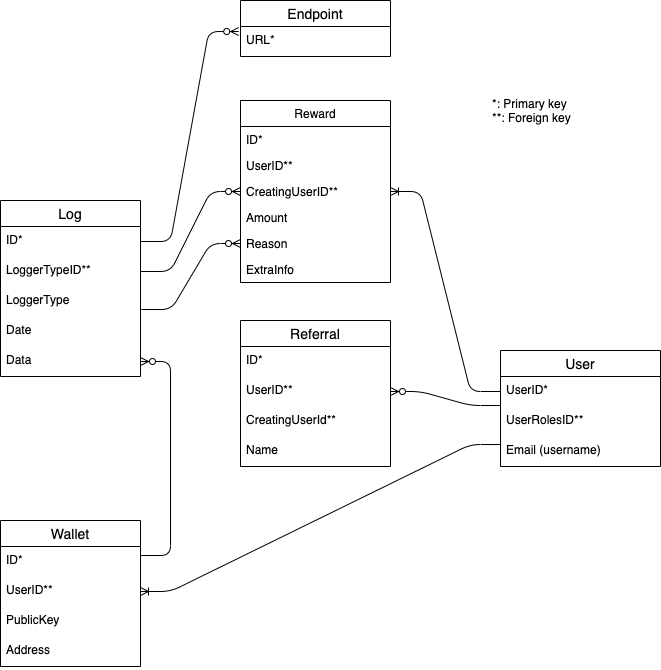
The draw.io diagram docs/images/dbase.png in minima-global/incentivecash, before a commit. Source tidied: cells renumbered, new cells last; positions are measured from the earlier drawing's top-left corner, leaving out a move shared by most shapes.
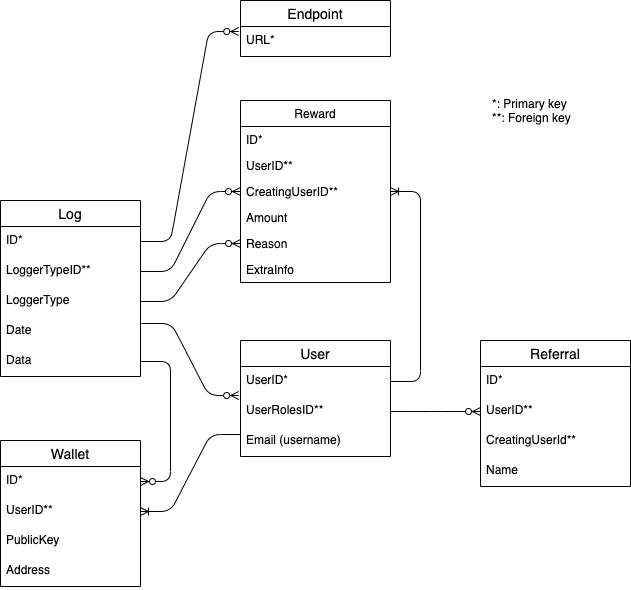
After the change.

Commit message:
Dbase design

Diff of the diagram source:
```diff
@@ -3,16 +3,16 @@
     <mxCell id="0" />
     <mxCell id="1" parent="0" />
     <mxCell id="2" value="User" style="swimlane;fontStyle=0;horizontal=1;startSize=26;align=center;fontSize=14;" parent="1" vertex="1">
-      <mxGeometry x="500" y="350" width="160" height="116" as="geometry" />
+      <mxGeometry x="240" y="340" width="150" height="116" as="geometry" />
     </mxCell>
     <mxCell id="3" value="UserID*" style="text;strokeColor=none;fillColor=none;spacingLeft=4;spacingRight=4;overflow=hidden;points=[[0,0.5],[1,0.5]];portConstraint=eastwest;fontSize=12;" parent="2" vertex="1">
-      <mxGeometry y="26" width="160" height="30" as="geometry" />
+      <mxGeometry y="26" width="150" height="30" as="geometry" />
     </mxCell>
     <mxCell id="4" value="UserRolesID**" style="text;strokeColor=none;fillColor=none;spacingLeft=4;spacingRight=4;overflow=hidden;points=[[0,0.5],[1,0.5]];portConstraint=eastwest;fontSize=12;" parent="2" vertex="1">
-      <mxGeometry y="56" width="160" height="30" as="geometry" />
+      <mxGeometry y="56" width="150" height="30" as="geometry" />
     </mxCell>
     <mxCell id="5" value="Email (username)" style="text;strokeColor=none;fillColor=none;spacingLeft=4;spacingRight=4;overflow=hidden;points=[[0,0.5],[1,0.5]];portConstraint=eastwest;fontSize=12;" parent="2" vertex="1">
-      <mxGeometry y="86" width="160" height="30" as="geometry" />
+      <mxGeometry y="86" width="150" height="30" as="geometry" />
     </mxCell>
     <mxCell id="6" value="Reward" style="swimlane;fontStyle=0;horizontal=1;startSize=26;fillColor=none;" parent="1" vertex="1">
       <mxGeometry x="240" y="100" width="150" height="182" as="geometry" />
@@ -36,7 +36,7 @@
       <mxGeometry y="156" width="150" height="26" as="geometry" />
     </mxCell>
     <mxCell id="13" value="Referral" style="swimlane;fontStyle=0;horizontal=1;startSize=26;align=center;fontSize=14;" parent="1" vertex="1">
-      <mxGeometry x="240" y="320" width="150" height="146" as="geometry" />
+      <mxGeometry x="480" y="340" width="150" height="146" as="geometry" />
     </mxCell>
     <mxCell id="14" value="ID*" style="text;strokeColor=none;fillColor=none;spacingLeft=4;spacingRight=4;overflow=hidden;fontSize=12;" parent="13" vertex="1">
       <mxGeometry y="26" width="150" height="30" as="geometry" />
@@ -50,8 +50,10 @@
     <mxCell id="17" value="Name" style="text;strokeColor=none;fillColor=none;spacingLeft=4;spacingRight=4;overflow=hidden;fontSize=12;" parent="13" vertex="1">
       <mxGeometry y="116" width="150" height="30" as="geometry" />
     </mxCell>
-    <mxCell id="18" style="edgeStyle=entityRelationEdgeStyle;fontSize=12;html=1;endArrow=ERzeroToMany;endFill=1;exitX=0;exitY=-0.033;exitDx=0;exitDy=0;exitPerimeter=0;" parent="1" edge="1" source="4" target="15">
-      <mxGeometry relative="1" as="geometry" />
+    <mxCell id="18" style="edgeStyle=entityRelationEdgeStyle;fontSize=12;html=1;endArrow=ERzeroToMany;endFill=1;" parent="1" edge="1" target="15">
+      <mxGeometry relative="1" as="geometry">
+        <mxPoint x="390" y="411" as="sourcePoint" />
+      </mxGeometry>
     </mxCell>
     <mxCell id="19" style="edgeStyle=entityRelationEdgeStyle;fontSize=12;html=1;endArrow=ERoneToMany;" parent="1" edge="1" source="3" target="9">
       <mxGeometry relative="1" as="geometry" />
@@ -60,7 +62,7 @@
       <mxGeometry x="490" y="100" width="110" height="20" as="geometry" />
     </mxCell>
     <mxCell id="21" value="Wallet" style="swimlane;fontStyle=0;horizontal=1;startSize=26;align=center;fontSize=14;" parent="1" vertex="1">
-      <mxGeometry y="520" width="140" height="146" as="geometry" />
+      <mxGeometry y="440" width="140" height="146" as="geometry" />
     </mxCell>
     <mxCell id="22" value="ID*" style="text;strokeColor=none;fillColor=none;spacingLeft=4;spacingRight=4;overflow=hidden;points=[[0,0.5],[1,0.5]];portConstraint=eastwest;fontSize=12;" parent="21" vertex="1">
       <mxGeometry y="26" width="140" height="30" as="geometry" />
@@ -98,6 +100,9 @@
     <mxCell id="33" value="Data" style="text;strokeColor=none;fillColor=none;spacingLeft=4;spacingRight=4;overflow=hidden;points=[[0,0.5],[1,0.5]];portConstraint=eastwest;fontSize=12;" parent="28" vertex="1">
       <mxGeometry y="146" width="140" height="30" as="geometry" />
     </mxCell>
+    <mxCell id="40" style="edgeStyle=orthogonalEdgeStyle;rounded=0;orthogonalLoop=1;jettySize=auto;html=1;exitX=1;exitY=0.5;exitDx=0;exitDy=0;" parent="28" edge="1" source="32" target="32">
+      <mxGeometry relative="1" as="geometry" />
+    </mxCell>
     <mxCell id="34" value="Endpoint" style="swimlane;fontStyle=0;horizontal=1;startSize=26;align=center;fontSize=14;" parent="1" vertex="1">
       <mxGeometry x="240" width="150" height="56" as="geometry" />
     </mxCell>
@@ -107,14 +112,17 @@
     <mxCell id="36" style="edgeStyle=entityRelationEdgeStyle;fontSize=12;html=1;endArrow=ERzeroToMany;endFill=1;entryX=-0.012;entryY=0.167;entryDx=0;entryDy=0;entryPerimeter=0;exitX=1;exitY=0.5;exitDx=0;exitDy=0;" parent="1" edge="1" source="29" target="35">
       <mxGeometry relative="1" as="geometry" />
     </mxCell>
-    <mxCell id="37" style="edgeStyle=entityRelationEdgeStyle;fontSize=12;html=1;endArrow=ERzeroToMany;endFill=1;entryX=1;entryY=0.5;entryDx=0;entryDy=0;exitX=1;exitY=0.3;exitDx=0;exitDy=0;exitPerimeter=0;" parent="1" edge="1" source="22" target="33">
+    <mxCell id="37" style="edgeStyle=entityRelationEdgeStyle;fontSize=12;html=1;endArrow=ERzeroToMany;endFill=1;entryX=1;entryY=0.5;entryDx=0;entryDy=0;" parent="1" edge="1" source="33" target="22">
       <mxGeometry relative="1" as="geometry" />
     </mxCell>
     <mxCell id="38" style="edgeStyle=entityRelationEdgeStyle;fontSize=12;html=1;endArrow=ERzeroToMany;endFill=1;exitX=1;exitY=0.5;exitDx=0;exitDy=0;entryX=0;entryY=0.5;entryDx=0;entryDy=0;" parent="1" edge="1" source="30" target="9">
       <mxGeometry relative="1" as="geometry" />
     </mxCell>
-    <mxCell id="39" style="edgeStyle=entityRelationEdgeStyle;fontSize=12;html=1;endArrow=ERzeroToMany;endFill=1;exitX=1.006;exitY=0.767;exitDx=0;exitDy=0;exitPerimeter=0;entryX=0;entryY=0.5;entryDx=0;entryDy=0;" parent="1" edge="1" source="31" target="11">
+    <mxCell id="39" style="edgeStyle=entityRelationEdgeStyle;fontSize=12;html=1;endArrow=ERzeroToMany;endFill=1;exitX=1;exitY=0.5;exitDx=0;exitDy=0;entryX=0;entryY=0.5;entryDx=0;entryDy=0;" parent="1" edge="1" source="31" target="11">
       <mxGeometry relative="1" as="geometry" />
     </mxCell>
+    <mxCell id="41" style="edgeStyle=entityRelationEdgeStyle;fontSize=12;html=1;endArrow=ERzeroToMany;endFill=1;exitX=1.007;exitY=0.233;exitDx=0;exitDy=0;entryX=-0.012;entryY=0.967;entryDx=0;entryDy=0;entryPerimeter=0;exitPerimeter=0;" parent="1" edge="1" source="32" target="3">
+      <mxGeometry relative="1" as="geometry" />
+    </mxCell>
   </root>
 </mxGraphModel>
```
